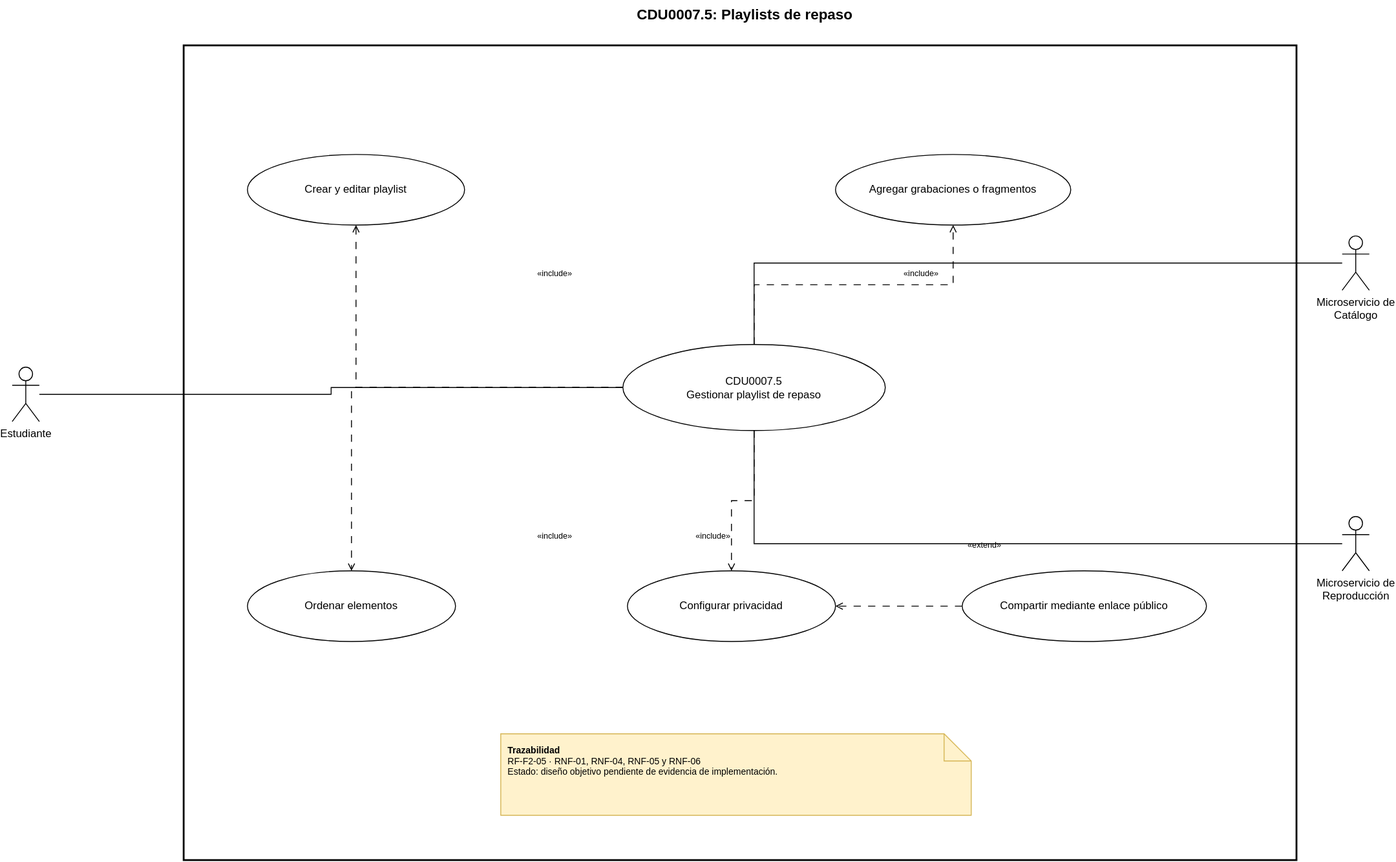
Above: Documentacion/CDU/CDU_Expandido_CDU32_202307691.drawio.svg in thanya-gate/SA_PROYECTO_202307691 (draw.io), before the change. Source tidied: cells renumbered, new cells last; positions are measured from the earlier drawing's top-left corner, leaving out a move shared by most shapes. Source of this version:
```xml
<mxGraphModel>
  <root>
    <mxCell id="0" />
    <mxCell id="1" parent="0" />
    <mxCell id="2" style="rounded=0;whiteSpace=wrap;html=1;fillColor=none;strokeWidth=2;" parent="1" vertex="1">
      <mxGeometry x="190" y="50" width="1230" height="900" as="geometry" />
    </mxCell>
    <mxCell id="3" value="CDU0007.5: Playlists de repaso" style="text;html=1;whiteSpace=wrap;strokeColor=none;fillColor=none;align=center;verticalAlign=middle;fontStyle=1;fontSize=16;" parent="1" vertex="1">
      <mxGeometry x="450" width="720" height="30" as="geometry" />
    </mxCell>
    <mxCell id="4" value="Estudiante" style="shape=umlActor;verticalLabelPosition=bottom;verticalAlign=top;html=1;" parent="1" vertex="1">
      <mxGeometry y="405" width="30" height="60" as="geometry" />
    </mxCell>
    <mxCell id="5" value="Microservicio de&lt;div&gt;Catálogo&lt;/div&gt;" style="shape=umlActor;verticalLabelPosition=bottom;verticalAlign=top;html=1;" parent="1" vertex="1">
      <mxGeometry x="1470" y="260" width="30" height="60" as="geometry" />
    </mxCell>
    <mxCell id="6" value="Microservicio de&lt;div&gt;Reproducción&lt;/div&gt;" style="shape=umlActor;verticalLabelPosition=bottom;verticalAlign=top;html=1;" parent="1" vertex="1">
      <mxGeometry x="1470" y="570" width="30" height="60" as="geometry" />
    </mxCell>
    <mxCell id="7" value="&lt;div&gt;CDU0007.5&lt;/div&gt;&lt;div&gt;Gestionar playlist de repaso&lt;/div&gt;" style="ellipse;whiteSpace=wrap;html=1;" parent="1" vertex="1">
      <mxGeometry x="675" y="380" width="290" height="95" as="geometry" />
    </mxCell>
    <mxCell id="8" value="&lt;div&gt;Crear y editar playlist&lt;/div&gt;" style="ellipse;whiteSpace=wrap;html=1;" parent="1" vertex="1">
      <mxGeometry x="260" y="170" width="240" height="78" as="geometry" />
    </mxCell>
    <mxCell id="9" value="&lt;div&gt;Agregar grabaciones o fragmentos&lt;/div&gt;" style="ellipse;whiteSpace=wrap;html=1;" parent="1" vertex="1">
      <mxGeometry x="910" y="170" width="260" height="78" as="geometry" />
    </mxCell>
    <mxCell id="10" value="&lt;div&gt;Ordenar elementos&lt;/div&gt;" style="ellipse;whiteSpace=wrap;html=1;" parent="1" vertex="1">
      <mxGeometry x="260" y="630" width="230" height="78" as="geometry" />
    </mxCell>
    <mxCell id="11" value="&lt;div&gt;Configurar privacidad&lt;/div&gt;" style="ellipse;whiteSpace=wrap;html=1;" parent="1" vertex="1">
      <mxGeometry x="680" y="630" width="230" height="78" as="geometry" />
    </mxCell>
    <mxCell id="12" value="&lt;div&gt;Compartir mediante enlace público&lt;/div&gt;" style="ellipse;whiteSpace=wrap;html=1;" parent="1" vertex="1">
      <mxGeometry x="1050" y="630" width="270" height="78" as="geometry" />
    </mxCell>
    <mxCell id="13" value="&lt;b&gt;Trazabilidad&lt;/b&gt;&lt;br&gt;RF-F2-05 · RNF-01, RNF-04, RNF-05 y RNF-06&lt;br&gt;Estado: diseño objetivo pendiente de evidencia de implementación." style="shape=note;whiteSpace=wrap;html=1;fillColor=#fff2cc;strokeColor=#d6b656;align=left;verticalAlign=top;spacing=8;fontSize=10;" parent="1" vertex="1">
      <mxGeometry x="540" y="810" width="520" height="90" as="geometry" />
    </mxCell>
    <mxCell id="14" style="edgeStyle=orthogonalEdgeStyle;rounded=0;jettySize=auto;html=1;endArrow=none;" parent="1" edge="1" source="4" target="7">
      <mxGeometry relative="1" as="geometry" />
    </mxCell>
    <mxCell id="15" style="edgeStyle=orthogonalEdgeStyle;rounded=0;jettySize=auto;html=1;endArrow=none;" parent="1" edge="1" source="5" target="7">
      <mxGeometry relative="1" as="geometry" />
    </mxCell>
    <mxCell id="16" style="edgeStyle=orthogonalEdgeStyle;rounded=0;jettySize=auto;html=1;endArrow=none;" parent="1" edge="1" source="6" target="7">
      <mxGeometry relative="1" as="geometry" />
    </mxCell>
    <mxCell id="17" style="edgeStyle=orthogonalEdgeStyle;rounded=0;jettySize=auto;html=1;dashed=1;dashPattern=8 8;endArrow=open;endFill=0;" parent="1" edge="1" source="7" target="8">
      <mxGeometry relative="1" as="geometry" />
    </mxCell>
    <mxCell id="18" value="«include»" style="text;html=1;whiteSpace=wrap;strokeColor=none;fillColor=none;align=center;verticalAlign=middle;fontSize=9;" parent="1" vertex="1">
      <mxGeometry x="565" y="290" width="70" height="24" as="geometry" />
    </mxCell>
    <mxCell id="19" style="edgeStyle=orthogonalEdgeStyle;rounded=0;jettySize=auto;html=1;dashed=1;dashPattern=8 8;endArrow=open;endFill=0;" parent="1" edge="1" source="7" target="9">
      <mxGeometry relative="1" as="geometry" />
    </mxCell>
    <mxCell id="20" value="«include»" style="text;html=1;whiteSpace=wrap;strokeColor=none;fillColor=none;align=center;verticalAlign=middle;fontSize=9;" parent="1" vertex="1">
      <mxGeometry x="970" y="290" width="70" height="24" as="geometry" />
    </mxCell>
    <mxCell id="21" style="edgeStyle=orthogonalEdgeStyle;rounded=0;jettySize=auto;html=1;dashed=1;dashPattern=8 8;endArrow=open;endFill=0;" parent="1" edge="1" source="7" target="10">
      <mxGeometry relative="1" as="geometry" />
    </mxCell>
    <mxCell id="22" value="«include»" style="text;html=1;whiteSpace=wrap;strokeColor=none;fillColor=none;align=center;verticalAlign=middle;fontSize=9;" parent="1" vertex="1">
      <mxGeometry x="565" y="580" width="70" height="24" as="geometry" />
    </mxCell>
    <mxCell id="23" style="edgeStyle=orthogonalEdgeStyle;rounded=0;jettySize=auto;html=1;dashed=1;dashPattern=8 8;endArrow=open;endFill=0;" parent="1" edge="1" source="7" target="11">
      <mxGeometry relative="1" as="geometry" />
    </mxCell>
    <mxCell id="24" value="«include»" style="text;html=1;whiteSpace=wrap;strokeColor=none;fillColor=none;align=center;verticalAlign=middle;fontSize=9;" parent="1" vertex="1">
      <mxGeometry x="740" y="580" width="70" height="24" as="geometry" />
    </mxCell>
    <mxCell id="25" style="edgeStyle=orthogonalEdgeStyle;rounded=0;jettySize=auto;html=1;dashed=1;dashPattern=8 8;endArrow=open;endFill=0;" parent="1" edge="1" source="12" target="11">
      <mxGeometry relative="1" as="geometry" />
    </mxCell>
    <mxCell id="26" value="«extend»" style="text;html=1;whiteSpace=wrap;strokeColor=none;fillColor=none;align=center;verticalAlign=middle;fontSize=9;" parent="1" vertex="1">
      <mxGeometry x="1040" y="590" width="70" height="24" as="geometry" />
    </mxCell>
  </root>
</mxGraphModel>
```
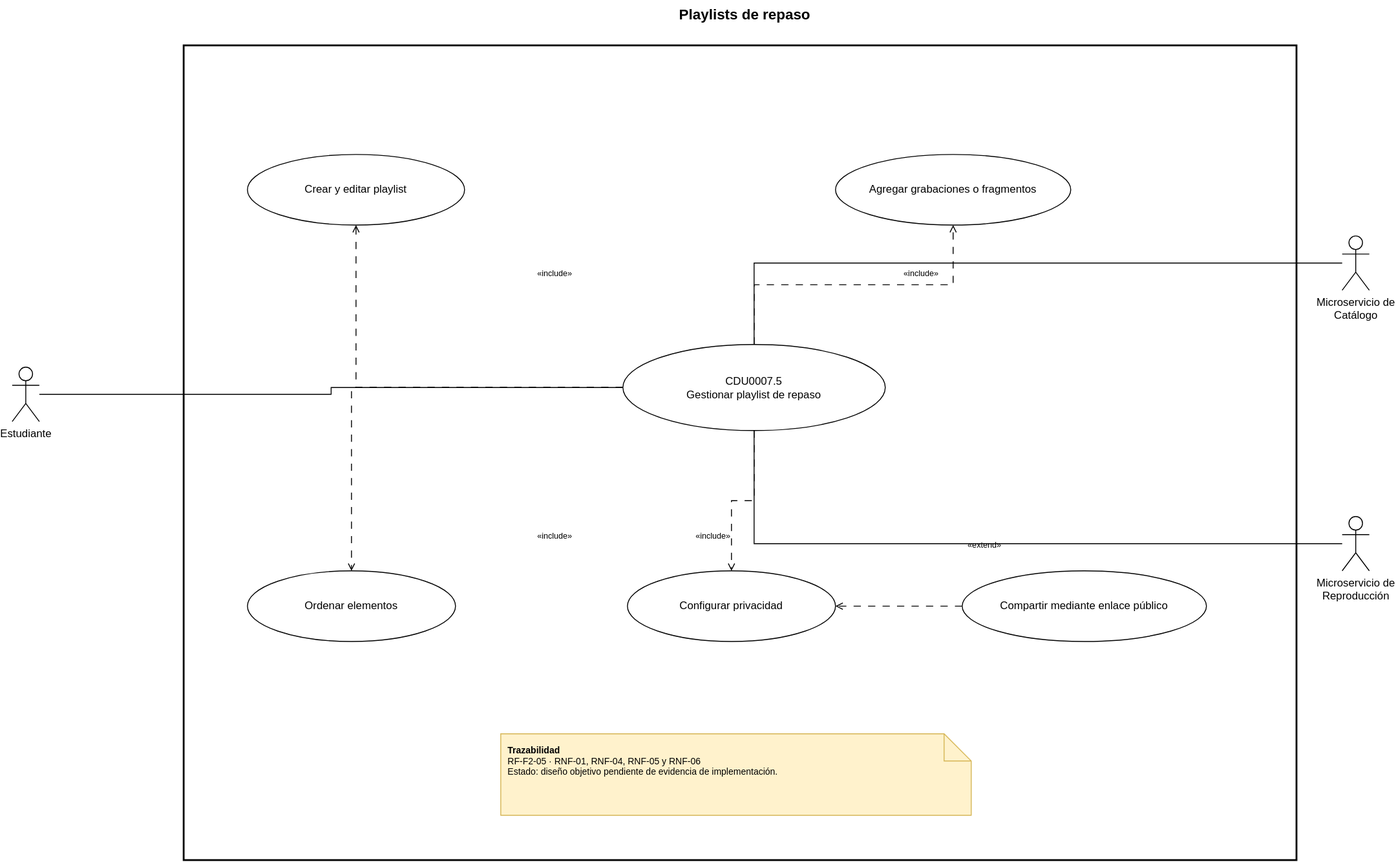
The same file after the commit.

Change to the diagram source:
```diff
@@ -5,7 +5,7 @@
     <mxCell id="2" style="rounded=0;whiteSpace=wrap;html=1;fillColor=none;strokeWidth=2;" parent="1" vertex="1">
       <mxGeometry x="190" y="50" width="1230" height="900" as="geometry" />
     </mxCell>
-    <mxCell id="3" value="CDU0007.5: Playlists de repaso" style="text;html=1;whiteSpace=wrap;strokeColor=none;fillColor=none;align=center;verticalAlign=middle;fontStyle=1;fontSize=16;" parent="1" vertex="1">
+    <mxCell id="3" value="Playlists de repaso" style="text;html=1;whiteSpace=wrap;strokeColor=none;fillColor=none;align=center;verticalAlign=middle;fontStyle=1;fontSize=16;" parent="1" vertex="1">
       <mxGeometry x="450" width="720" height="30" as="geometry" />
     </mxCell>
     <mxCell id="4" value="Estudiante" style="shape=umlActor;verticalLabelPosition=bottom;verticalAlign=top;html=1;" parent="1" vertex="1">
```
